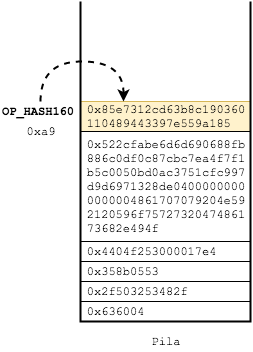
Above: img/Bitcoin_transactions_stack_07.png in JavDomGom/Bitcoin_script_language (draw.io), before the change. Source tidied: cells renumbered, new cells last; positions are measured from the earlier drawing's top-left corner, leaving out a move shared by most shapes.
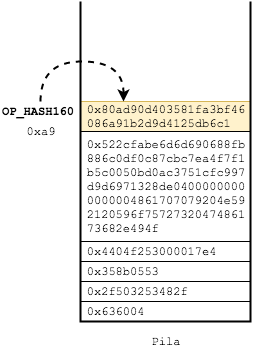
The same diagram one commit later.

Change to the diagram source:
```diff
@@ -5,7 +5,7 @@
     <mxCell id="2" value="Pila" style="text;html=1;strokeColor=none;fillColor=none;align=center;verticalAlign=middle;whiteSpace=wrap;rounded=0;fontFamily=Courier New;" parent="1" vertex="1">
       <mxGeometry x="145" y="330" width="40" height="20" as="geometry" />
     </mxCell>
-    <mxCell id="3" value="&lt;div&gt;&lt;/div&gt;&lt;div style=&quot;text-align: center&quot;&gt;&lt;span&gt;0x85&lt;/span&gt;&lt;span&gt;e7312cd63b8c190360&lt;/span&gt;&lt;/div&gt;110489443397e559a185&amp;nbsp;&amp;nbsp;&lt;br&gt;" style="text;html=1;strokeColor=#d6b656;fillColor=#fff2cc;align=center;verticalAlign=middle;whiteSpace=wrap;rounded=0;fontFamily=Courier New;" parent="1" vertex="1">
+    <mxCell id="3" value="&lt;div&gt;&lt;/div&gt;&lt;div style=&quot;text-align: center&quot;&gt;&lt;/div&gt;0x80ad90d403581fa3bf46&lt;br&gt;086a91b2d9d4125db6c1&amp;nbsp;&amp;nbsp;&lt;br&gt;" style="text;html=1;strokeColor=#d6b656;fillColor=#fff2cc;align=center;verticalAlign=middle;whiteSpace=wrap;rounded=0;fontFamily=Courier New;" parent="1" vertex="1">
       <mxGeometry x="80" y="100" width="170" height="30" as="geometry" />
     </mxCell>
     <mxCell id="4" style="endArrow=none;html=1;rounded=0;strokeWidth=2;" parent="1" edge="1">
```
